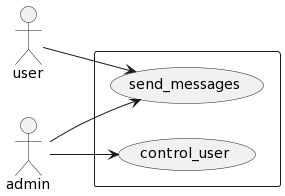
ashwinkrishna979/uml_generator keeps this PlantUML diagram as uml_converter/app/templates/puml.png. Above is the earlier version.
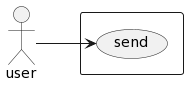
Later version of the same file.

Diff of the diagram source:
```diff
@@ -1,12 +1,8 @@
 @startuml
 left to right direction
 actor user as f0
-actor admin as f1
 rectangle {
-usecase control_user as u0
-usecase send_messages as u1
+usecase send as u0
 }
-f0 --> u1
-f1 --> u1
-f1 --> u0
+f0 --> u0
 @enduml
```
